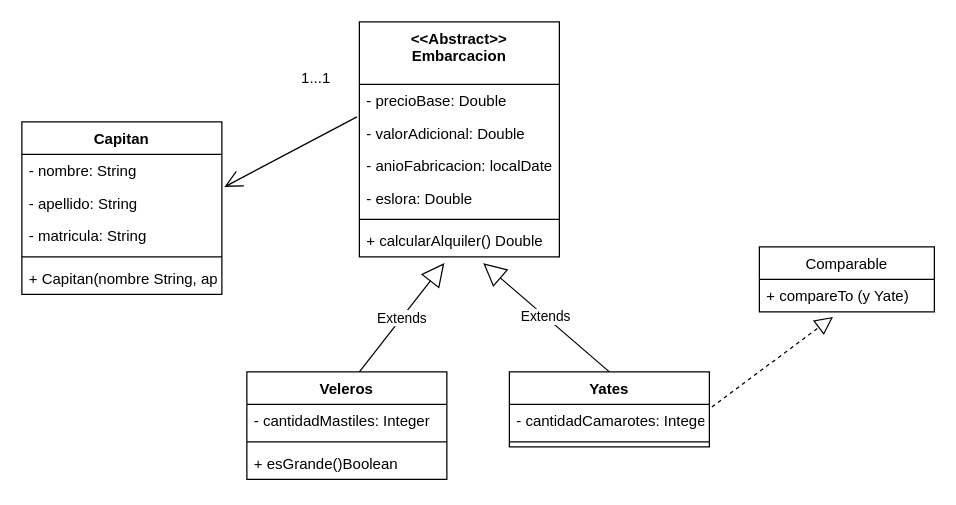
This is diagrama_clase14S.drawio from NachoMol/POO, a draw.io file, before an edit. Source tidied: cells renumbered, new cells numbered last; positions are measured from the earlier drawing's top-left corner, leaving out a move shared by most shapes. Both pictures are drawn from the tidied source at 125%, with x=0, y=0 at pixel (21, 21).
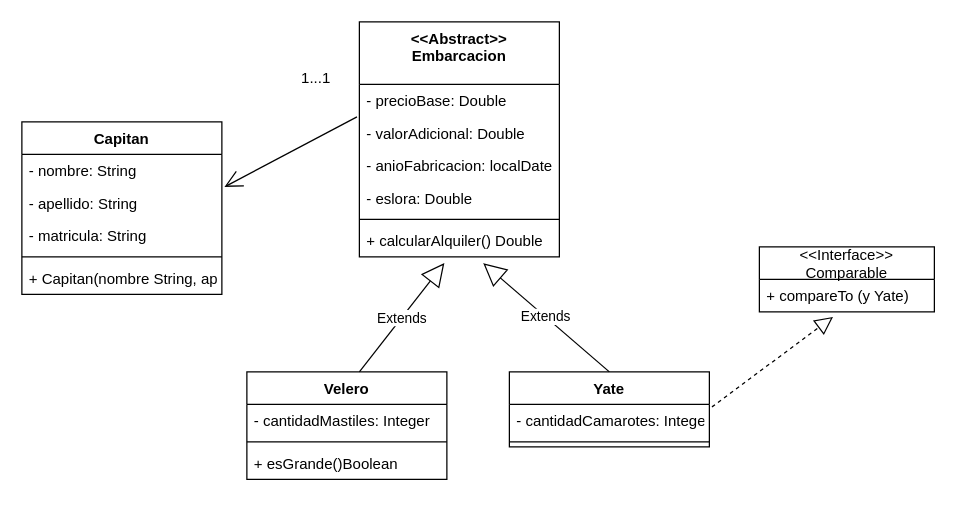
The same page after the edit.

The edit, as a diff of the source:
```diff
@@
-    <mxCell id="17" value="Veleros" style="swimlane;fontStyle=1;align=center;verticalAlign=top;horizontal=1;startSize=26;" parent="1" vertex="1">
+    <mxCell id="17" value="Velero" style="swimlane;fontStyle=1;align=center;verticalAlign=top;horizontal=1;startSize=26;" parent="1" vertex="1">
       <mxGeometry x="180" y="280" width="160" height="86" as="geometry" />
     </mxCell>
@@
-    <mxCell id="22" value="Yates" style="swimlane;fontStyle=1;align=center;verticalAlign=top;horizontal=1;startSize=26;" parent="1" vertex="1">
+    <mxCell id="22" value="Yate" style="swimlane;fontStyle=1;align=center;verticalAlign=top;horizontal=1;startSize=26;" parent="1" vertex="1">
       <mxGeometry x="390" y="280" width="160" height="60" as="geometry" />
     </mxCell>
@@
-    <mxCell id="25" value="Comparable" style="swimlane;fontStyle=0;horizontal=1;startSize=26;fillColor=none;" parent="1" vertex="1">
+    <mxCell id="25" value="&lt;&lt;Interface&gt;&gt;&#10;Comparable" style="swimlane;fontStyle=0;horizontal=1;startSize=26;fillColor=none;" parent="1" vertex="1">
       <mxGeometry x="590" y="180" width="140" height="52" as="geometry" />
     </mxCell>
```
